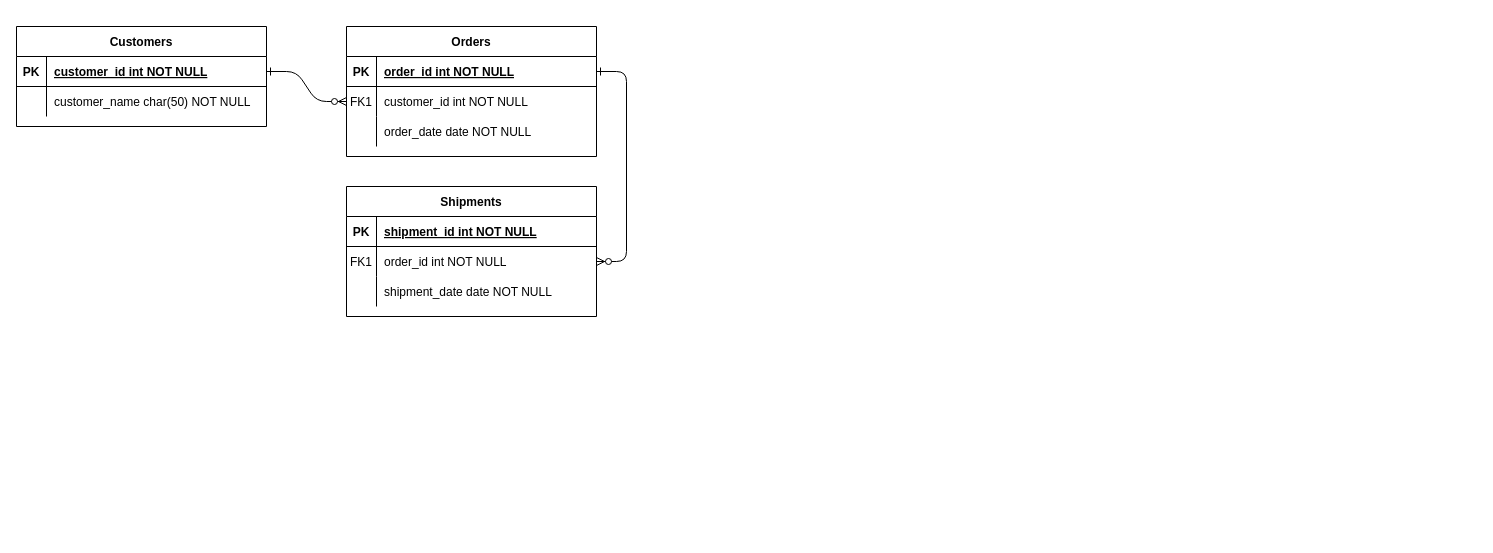
Earlier version of the draw.io diagram Diagram bez tytułu.drawio (bartlomiej-druszcz/travel-office). Source tidied: cells renumbered, new cells numbered last; positions are measured from the earlier drawing's top-left corner, leaving out a move shared by most shapes. Both pictures are drawn from the tidied source at 100%, with x=0, y=0 at pixel (16, 26).
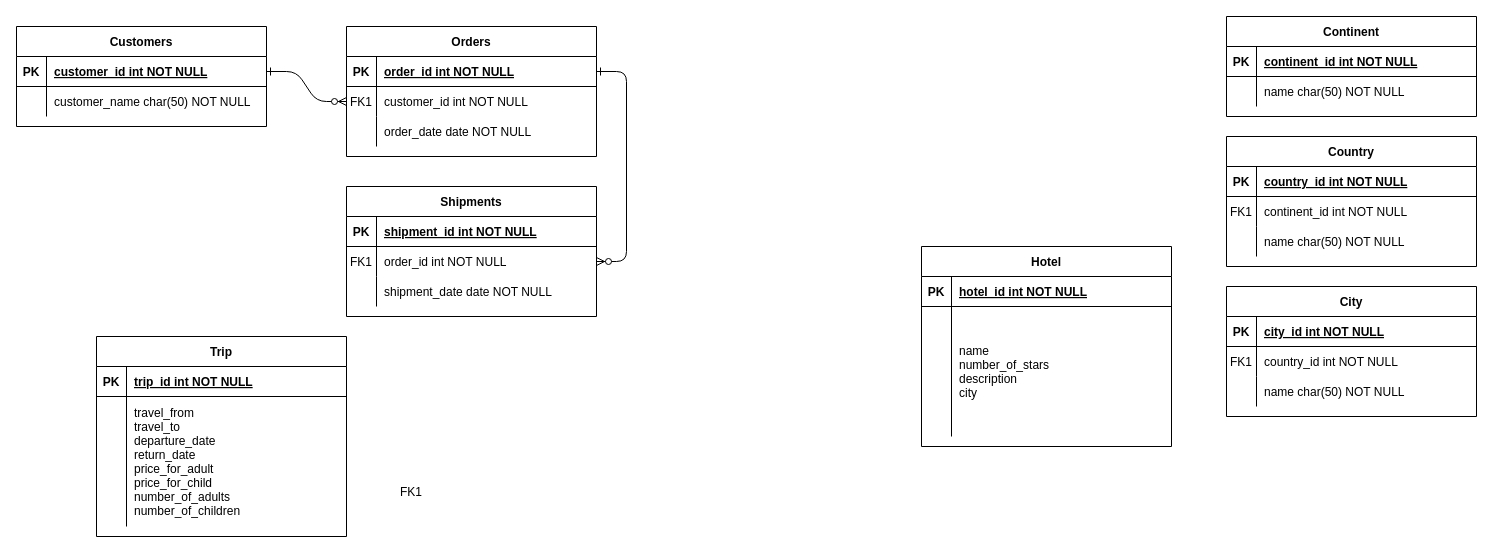
The same page after the edit.

Diff of the diagram source:
```diff
@@
+    <mxCell id="31" value="Trip" style="shape=table;startSize=30;childLayout=tableLayout;rowLines=0;fontStyle=1;align=center;" parent="1" vertex="1">
+      <mxGeometry x="80" y="310" width="250" height="200" as="geometry" />
+    </mxCell>
+    <mxCell id="32" style="shape=partialRectangle;fillColor=none;top=0;left=0;right=0;bottom=1;" parent="31" vertex="1">
+      <mxGeometry y="30" width="250" height="30" as="geometry" />
+    </mxCell>
+    <mxCell id="33" value="PK" style="shape=partialRectangle;overflow=hidden;fillColor=none;top=0;left=0;bottom=0;right=0;fontStyle=1;" parent="32" vertex="1">
+      <mxGeometry width="30" height="30" as="geometry" />
+    </mxCell>
+    <mxCell id="34" value="trip_id int NOT NULL " style="shape=partialRectangle;overflow=hidden;fillColor=none;top=0;left=0;bottom=0;right=0;align=left;spacingLeft=6;fontStyle=5;" parent="32" vertex="1">
+      <mxGeometry x="30" width="220" height="30" as="geometry" />
+    </mxCell>
+    <mxCell id="35" style="shape=partialRectangle;fillColor=none;top=0;left=0;right=0;bottom=0;" parent="31" vertex="1">
+      <mxGeometry y="60" width="250" height="130" as="geometry" />
+    </mxCell>
+    <mxCell id="36" style="shape=partialRectangle;overflow=hidden;fillColor=none;top=0;left=0;bottom=0;right=0;" parent="35" vertex="1">
+      <mxGeometry width="30" height="130" as="geometry" />
+    </mxCell>
+    <mxCell id="37" value="travel_from &#10;travel_to&#10;departure_date&#10;return_date&#10;price_for_adult&#10;price_for_child&#10;number_of_adults&#10;number_of_children" style="shape=partialRectangle;overflow=hidden;fillColor=none;top=0;left=0;bottom=0;right=0;align=left;spacingLeft=6;" parent="35" vertex="1">
+      <mxGeometry x="30" width="220" height="130" as="geometry" />
+    </mxCell>
+    <mxCell id="38" value="Hotel" style="shape=table;startSize=30;childLayout=tableLayout;rowLines=0;fontStyle=1;align=center;" parent="1" vertex="1">
+      <mxGeometry x="905" y="220" width="250" height="200" as="geometry" />
+    </mxCell>
+    <mxCell id="39" style="shape=partialRectangle;fillColor=none;top=0;left=0;right=0;bottom=1;" parent="38" vertex="1">
+      <mxGeometry y="30" width="250" height="30" as="geometry" />
+    </mxCell>
+    <mxCell id="40" value="PK" style="shape=partialRectangle;overflow=hidden;fillColor=none;top=0;left=0;bottom=0;right=0;fontStyle=1;" parent="39" vertex="1">
+      <mxGeometry width="30" height="30" as="geometry" />
+    </mxCell>
+    <mxCell id="41" value="hotel_id int NOT NULL " style="shape=partialRectangle;overflow=hidden;fillColor=none;top=0;left=0;bottom=0;right=0;align=left;spacingLeft=6;fontStyle=5;" parent="39" vertex="1">
+      <mxGeometry x="30" width="220" height="30" as="geometry" />
+    </mxCell>
+    <mxCell id="42" style="shape=partialRectangle;fillColor=none;top=0;left=0;right=0;bottom=0;" parent="38" vertex="1">
+      <mxGeometry y="60" width="250" height="130" as="geometry" />
+    </mxCell>
+    <mxCell id="43" style="shape=partialRectangle;overflow=hidden;fillColor=none;top=0;left=0;bottom=0;right=0;" parent="42" vertex="1">
+      <mxGeometry width="30" height="130" as="geometry" />
+    </mxCell>
+    <mxCell id="44" value="name &#10;number_of_stars&#10;description&#10;city" style="shape=partialRectangle;overflow=hidden;fillColor=none;top=0;left=0;bottom=0;right=0;align=left;spacingLeft=6;" parent="42" vertex="1">
+      <mxGeometry x="30" width="220" height="130" as="geometry" />
+    </mxCell>
+    <mxCell id="45" value="FK1" style="shape=partialRectangle;overflow=hidden;fillColor=none;top=0;left=0;bottom=0;right=0;" parent="1" vertex="1">
+      <mxGeometry x="380" y="450" width="30" height="30" as="geometry" />
+    </mxCell>
+    <mxCell id="46" value="City" style="shape=table;startSize=30;childLayout=tableLayout;rowLines=0;fontStyle=1;align=center;" parent="1" vertex="1">
+      <mxGeometry x="1210" y="260" width="250" height="130" as="geometry" />
+    </mxCell>
+    <mxCell id="47" style="shape=partialRectangle;fillColor=none;top=0;left=0;right=0;bottom=1;" parent="46" vertex="1">
+      <mxGeometry y="30" width="250" height="30" as="geometry" />
+    </mxCell>
+    <mxCell id="48" value="PK" style="shape=partialRectangle;overflow=hidden;fillColor=none;top=0;left=0;bottom=0;right=0;fontStyle=1;" parent="47" vertex="1">
+      <mxGeometry width="30" height="30" as="geometry" />
+    </mxCell>
+    <mxCell id="49" value="city_id int NOT NULL " style="shape=partialRectangle;overflow=hidden;fillColor=none;top=0;left=0;bottom=0;right=0;align=left;spacingLeft=6;fontStyle=5;" parent="47" vertex="1">
+      <mxGeometry x="30" width="220" height="30" as="geometry" />
+    </mxCell>
+    <mxCell id="50" style="shape=partialRectangle;fillColor=none;top=0;left=0;right=0;bottom=0;" parent="46" vertex="1">
+      <mxGeometry y="60" width="250" height="30" as="geometry" />
+    </mxCell>
+    <mxCell id="51" value="FK1" style="shape=partialRectangle;overflow=hidden;fillColor=none;top=0;left=0;bottom=0;right=0;" parent="50" vertex="1">
+      <mxGeometry width="30" height="30" as="geometry" />
+    </mxCell>
+    <mxCell id="52" value="country_id int NOT NULL" style="shape=partialRectangle;overflow=hidden;fillColor=none;top=0;left=0;bottom=0;right=0;align=left;spacingLeft=6;" parent="50" vertex="1">
+      <mxGeometry x="30" width="220" height="30" as="geometry" />
+    </mxCell>
+    <mxCell id="53" style="shape=partialRectangle;fillColor=none;top=0;left=0;right=0;bottom=0;" parent="46" vertex="1">
+      <mxGeometry y="90" width="250" height="30" as="geometry" />
+    </mxCell>
+    <mxCell id="54" style="shape=partialRectangle;overflow=hidden;fillColor=none;top=0;left=0;bottom=0;right=0;" parent="53" vertex="1">
+      <mxGeometry width="30" height="30" as="geometry" />
+    </mxCell>
+    <mxCell id="55" value="name char(50) NOT NULL" style="shape=partialRectangle;overflow=hidden;fillColor=none;top=0;left=0;bottom=0;right=0;align=left;spacingLeft=6;" parent="53" vertex="1">
+      <mxGeometry x="30" width="220" height="30" as="geometry" />
+    </mxCell>
+    <mxCell id="56" value="Country" style="shape=table;startSize=30;childLayout=tableLayout;rowLines=0;fontStyle=1;align=center;" parent="1" vertex="1">
+      <mxGeometry x="1210" y="110" width="250" height="130" as="geometry" />
+    </mxCell>
+    <mxCell id="57" style="shape=partialRectangle;fillColor=none;top=0;left=0;right=0;bottom=1;" parent="56" vertex="1">
+      <mxGeometry y="30" width="250" height="30" as="geometry" />
+    </mxCell>
+    <mxCell id="58" value="PK" style="shape=partialRectangle;overflow=hidden;fillColor=none;top=0;left=0;bottom=0;right=0;fontStyle=1;" parent="57" vertex="1">
+      <mxGeometry width="30" height="30" as="geometry" />
+    </mxCell>
+    <mxCell id="59" value="country_id int NOT NULL " style="shape=partialRectangle;overflow=hidden;fillColor=none;top=0;left=0;bottom=0;right=0;align=left;spacingLeft=6;fontStyle=5;" parent="57" vertex="1">
+      <mxGeometry x="30" width="220" height="30" as="geometry" />
+    </mxCell>
+    <mxCell id="60" style="shape=partialRectangle;fillColor=none;top=0;left=0;right=0;bottom=0;" parent="56" vertex="1">
+      <mxGeometry y="60" width="250" height="30" as="geometry" />
+    </mxCell>
+    <mxCell id="61" value="FK1" style="shape=partialRectangle;overflow=hidden;fillColor=none;top=0;left=0;bottom=0;right=0;" parent="60" vertex="1">
+      <mxGeometry width="30" height="30" as="geometry" />
+    </mxCell>
+    <mxCell id="62" value="continent_id int NOT NULL" style="shape=partialRectangle;overflow=hidden;fillColor=none;top=0;left=0;bottom=0;right=0;align=left;spacingLeft=6;" parent="60" vertex="1">
+      <mxGeometry x="30" width="220" height="30" as="geometry" />
+    </mxCell>
+    <mxCell id="63" style="shape=partialRectangle;fillColor=none;top=0;left=0;right=0;bottom=0;" parent="56" vertex="1">
+      <mxGeometry y="90" width="250" height="30" as="geometry" />
+    </mxCell>
+    <mxCell id="64" style="shape=partialRectangle;overflow=hidden;fillColor=none;top=0;left=0;bottom=0;right=0;" parent="63" vertex="1">
+      <mxGeometry width="30" height="30" as="geometry" />
+    </mxCell>
+    <mxCell id="65" value="name char(50) NOT NULL" style="shape=partialRectangle;overflow=hidden;fillColor=none;top=0;left=0;bottom=0;right=0;align=left;spacingLeft=6;" parent="63" vertex="1">
+      <mxGeometry x="30" width="220" height="30" as="geometry" />
+    </mxCell>
+    <mxCell id="66" value="Continent" style="shape=table;startSize=30;childLayout=tableLayout;rowLines=0;fontStyle=1;align=center;" parent="1" vertex="1">
+      <mxGeometry x="1210" y="-10" width="250" height="100" as="geometry" />
+    </mxCell>
+    <mxCell id="67" style="shape=partialRectangle;fillColor=none;top=0;left=0;right=0;bottom=1;" parent="66" vertex="1">
+      <mxGeometry y="30" width="250" height="30" as="geometry" />
+    </mxCell>
+    <mxCell id="68" value="PK" style="shape=partialRectangle;overflow=hidden;fillColor=none;top=0;left=0;bottom=0;right=0;fontStyle=1;" parent="67" vertex="1">
+      <mxGeometry width="30" height="30" as="geometry" />
+    </mxCell>
+    <mxCell id="69" value="continent_id int NOT NULL " style="shape=partialRectangle;overflow=hidden;fillColor=none;top=0;left=0;bottom=0;right=0;align=left;spacingLeft=6;fontStyle=5;" parent="67" vertex="1">
+      <mxGeometry x="30" width="220" height="30" as="geometry" />
+    </mxCell>
+    <mxCell id="70" style="shape=partialRectangle;fillColor=none;top=0;left=0;right=0;bottom=0;" parent="66" vertex="1">
+      <mxGeometry y="60" width="250" height="30" as="geometry" />
+    </mxCell>
+    <mxCell id="71" style="shape=partialRectangle;overflow=hidden;fillColor=none;top=0;left=0;bottom=0;right=0;" parent="70" vertex="1">
+      <mxGeometry width="30" height="30" as="geometry" />
+    </mxCell>
+    <mxCell id="72" value="name char(50) NOT NULL" style="shape=partialRectangle;overflow=hidden;fillColor=none;top=0;left=0;bottom=0;right=0;align=left;spacingLeft=6;" parent="70" vertex="1">
+      <mxGeometry x="30" width="220" height="30" as="geometry" />
+    </mxCell>
```
